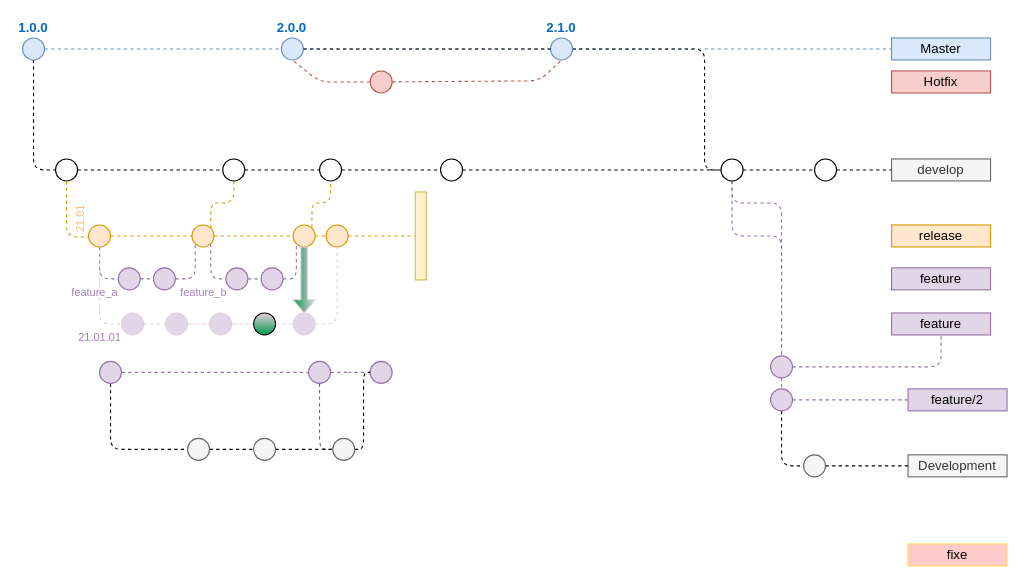
Before: page "myway-roa-gitflow" (4 of 4) of Untitled Diagram.drawio in salmen/gitflowdiagram, a draw.io diagram. Source tidied: cells renumbered, new cells numbered last; positions are measured from the earlier drawing's top-left corner, leaving out a move shared by most shapes. Both pictures are drawn from the tidied source at 110%, with x=0, y=0 at pixel (22, 37).
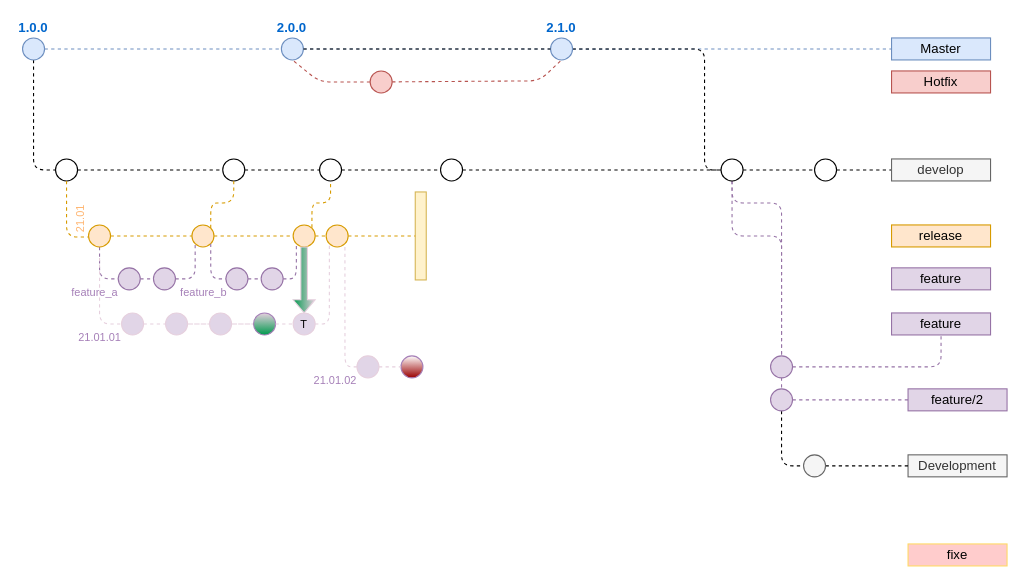
The same page after the edit.

Commit message:
ajout DC 2 aborted

Unchanged cells that the change refers to:
```xml
<mxCell id="63" value="&lt;br&gt;" style="ellipse;whiteSpace=wrap;html=1;fontSize=10;labelPosition=center;verticalLabelPosition=top;align=center;verticalAlign=bottom;fillColor=#ffe6cc;strokeColor=#d79b00;fontColor=#FFB570;" parent="1" vertex="1">
  <mxGeometry x="276" y="170" width="20" height="20" as="geometry" />
</mxCell>
```

Change to the diagram source:
```diff
@@
-    <mxCell id="28" style="edgeStyle=orthogonalEdgeStyle;rounded=1;jettySize=auto;html=1;dashed=1;endArrow=none;endFill=0;fontSize=12;fontColor=#FFB570;" parent="1" edge="1" source="29" target="38">
-      <mxGeometry relative="1" as="geometry">
-        <Array as="points">
-          <mxPoint x="80" y="374" />
-        </Array>
-      </mxGeometry>
-    </mxCell>
-    <mxCell id="29" style="ellipse;whiteSpace=wrap;html=1;fontSize=10;fillColor=#e1d5e7;strokeColor=#9673a6;" parent="1" vertex="1">
-      <mxGeometry x="70" y="294" width="20" height="20" as="geometry" />
-    </mxCell>
-    <mxCell id="30" style="edgeStyle=orthogonalEdgeStyle;rounded=1;jettySize=auto;html=1;dashed=1;endArrow=none;endFill=0;fontSize=12;fontColor=#FFB570;fillColor=#e1d5e7;strokeColor=#9673a6;" parent="1" edge="1" source="32" target="33">
-      <mxGeometry relative="1" as="geometry" />
-    </mxCell>
-    <mxCell id="31" style="edgeStyle=orthogonalEdgeStyle;rounded=1;jettySize=auto;html=1;dashed=1;endArrow=none;endFill=0;fontSize=12;fontColor=#FFB570;fillColor=#f5f5f5;strokeColor=#666666;" parent="1" edge="1" source="32" target="42">
-      <mxGeometry relative="1" as="geometry">
-        <Array as="points">
-          <mxPoint x="270" y="374" />
-        </Array>
-      </mxGeometry>
-    </mxCell>
-    <mxCell id="32" style="ellipse;whiteSpace=wrap;html=1;fontSize=10;fillColor=#e1d5e7;strokeColor=#9673a6;" parent="1" vertex="1">
-      <mxGeometry x="260" y="294" width="20" height="20" as="geometry" />
-    </mxCell>
-    <mxCell id="33" style="ellipse;whiteSpace=wrap;html=1;fontSize=10;fillColor=#e1d5e7;strokeColor=#9673a6;" parent="1" vertex="1">
-      <mxGeometry x="316" y="294" width="20" height="20" as="geometry" />
-    </mxCell>
@@
-    <mxCell id="37" style="edgeStyle=orthogonalEdgeStyle;rounded=1;jettySize=auto;html=1;dashed=1;endArrow=none;endFill=0;fontSize=12;fontColor=#FFB570;" parent="1" edge="1" source="38" target="40">
-      <mxGeometry relative="1" as="geometry" />
-    </mxCell>
-    <mxCell id="38" style="ellipse;whiteSpace=wrap;html=1;fontSize=10;fontColor=#333333;fillColor=#f5f5f5;strokeColor=#666666;" parent="1" vertex="1">
-      <mxGeometry x="150" y="364" width="20" height="20" as="geometry" />
-    </mxCell>
-    <mxCell id="39" style="edgeStyle=orthogonalEdgeStyle;rounded=1;jettySize=auto;html=1;dashed=1;endArrow=none;endFill=0;fontSize=12;fontColor=#FFB570;" parent="1" edge="1" source="40" target="42">
-      <mxGeometry relative="1" as="geometry" />
-    </mxCell>
-    <mxCell id="40" style="ellipse;whiteSpace=wrap;html=1;fontSize=10;fontColor=#333333;fillColor=#f5f5f5;strokeColor=#666666;" parent="1" vertex="1">
-      <mxGeometry x="210" y="364" width="20" height="20" as="geometry" />
-    </mxCell>
-    <mxCell id="41" style="edgeStyle=orthogonalEdgeStyle;rounded=1;jettySize=auto;html=1;dashed=1;endArrow=none;endFill=0;fontSize=12;fontColor=#FFB570;entryX=0;entryY=0.5;entryDx=0;entryDy=0;" parent="1" edge="1" source="42" target="33">
-      <mxGeometry relative="1" as="geometry">
-        <Array as="points">
-          <mxPoint x="310" y="374" />
-          <mxPoint x="310" y="304" />
-        </Array>
-      </mxGeometry>
-    </mxCell>
-    <mxCell id="42" style="ellipse;whiteSpace=wrap;html=1;fontSize=10;fontColor=#333333;fillColor=#f5f5f5;strokeColor=#666666;" parent="1" vertex="1">
-      <mxGeometry x="282" y="364" width="20" height="20" as="geometry" />
-    </mxCell>
@@
-    <mxCell id="47" style="edgeStyle=orthogonalEdgeStyle;rounded=1;jettySize=auto;html=1;dashed=1;endArrow=none;endFill=0;fontSize=12;fontColor=#FFB570;fillColor=#e1d5e7;strokeColor=#9673a6;" parent="1" edge="1" source="29" target="32">
-      <mxGeometry relative="1" as="geometry" />
-    </mxCell>
@@
-    <mxCell id="85" style="ellipse;whiteSpace=wrap;html=1;fontSize=10;direction=south;gradientColor=#00994D;gradientDirection=east;fillColor=#E6D0DE;" parent="1" vertex="1">
+    <mxCell id="85" style="ellipse;whiteSpace=wrap;html=1;fontSize=10;direction=south;gradientColor=#00994D;gradientDirection=east;fillColor=#E6D0DE;strokeColor=#A680B8;" parent="1" vertex="1">
       <mxGeometry x="210" y="250" width="20" height="20" as="geometry" />
     </mxCell>
-    <mxCell id="86" style="edgeStyle=orthogonalEdgeStyle;rounded=1;jettySize=auto;html=1;dashed=1;endArrow=none;endFill=0;fontSize=10;fontColor=#FFB570;fillColor=#e1d5e7;entryX=0.5;entryY=1;entryDx=0;entryDy=0;strokeColor=#E6D0DE;exitX=0.5;exitY=0;exitDx=0;exitDy=0;" parent="1" edge="1" source="85" target="63">
+    <mxCell id="86" style="edgeStyle=orthogonalEdgeStyle;rounded=1;jettySize=auto;html=1;dashed=1;endArrow=none;endFill=0;fontSize=10;fontColor=#FFB570;fillColor=#e1d5e7;entryX=0;entryY=1;entryDx=0;entryDy=0;strokeColor=#E6D0DE;exitX=0.5;exitY=0;exitDx=0;exitDy=0;" parent="1" edge="1" source="89" target="63">
       <mxGeometry relative="1" as="geometry">
         <Array as="points">
-          <mxPoint x="286" y="260" />
+          <mxPoint x="279" y="260" />
         </Array>
       </mxGeometry>
     </mxCell>
@@
-    <mxCell id="89" style="ellipse;whiteSpace=wrap;html=1;fontSize=10;fillColor=#e1d5e7;strokeColor=#E6D0DE;direction=south;" parent="1" vertex="1">
+    <mxCell id="89" value="T" style="ellipse;whiteSpace=wrap;html=1;fontSize=10;fillColor=#e1d5e7;strokeColor=#E6D0DE;direction=south;" parent="1" vertex="1">
       <mxGeometry x="246" y="250" width="20" height="20" as="geometry" />
     </mxCell>
@@
+    <mxCell id="91" style="ellipse;whiteSpace=wrap;html=1;fontSize=10;strokeColor=#A680B8;fillColor=#990000;gradientColor=#ffffff;gradientDirection=north;" parent="1" vertex="1">
+      <mxGeometry x="344" y="289" width="20" height="20" as="geometry" />
+    </mxCell>
+    <mxCell id="92" value="&lt;div style=&quot;text-align: justify&quot;&gt;&lt;span&gt;21.01.02&lt;/span&gt;&lt;/div&gt;" style="ellipse;whiteSpace=wrap;html=1;fontSize=10;fillColor=#e1d5e7;verticalAlign=top;labelPosition=left;verticalLabelPosition=bottom;align=right;horizontal=1;fontColor=#A680B8;spacing=0;spacingBottom=0;spacingTop=-8;strokeColor=#E6D0DE;" parent="1" vertex="1">
+      <mxGeometry x="304" y="289" width="20" height="20" as="geometry" />
+    </mxCell>
+    <mxCell id="93" style="edgeStyle=orthogonalEdgeStyle;rounded=1;jettySize=auto;html=1;dashed=1;endArrow=none;endFill=0;fontSize=10;fontColor=#FFB570;fillColor=#e1d5e7;entryX=0;entryY=0.5;entryDx=0;entryDy=0;strokeColor=#E6D0DE;exitX=1;exitY=0.5;exitDx=0;exitDy=0;" parent="1" edge="1" source="92" target="91">
+      <mxGeometry relative="1" as="geometry" />
+    </mxCell>
+    <mxCell id="94" style="edgeStyle=orthogonalEdgeStyle;rounded=0;jettySize=auto;html=1;dashed=1;endArrow=none;endFill=0;strokeColor=#E6D0DE;fontColor=#A680B8;exitX=0.5;exitY=0;exitDx=0;exitDy=0;entryX=0.5;entryY=1;entryDx=0;entryDy=0;" parent="1" edge="1" source="85" target="89">
+      <mxGeometry relative="1" as="geometry">
+        <Array as="points">
+          <mxPoint x="246" y="260" />
+          <mxPoint x="246" y="260" />
+        </Array>
+      </mxGeometry>
+    </mxCell>
+    <mxCell id="95" style="edgeStyle=orthogonalEdgeStyle;rounded=1;jettySize=auto;html=1;dashed=1;endArrow=none;endFill=0;fontSize=10;fontColor=#FFB570;fillColor=#e1d5e7;entryX=1;entryY=1;entryDx=0;entryDy=0;strokeColor=#E6D0DE;exitX=0;exitY=0.5;exitDx=0;exitDy=0;" parent="1" edge="1" source="92" target="63">
+      <mxGeometry relative="1" as="geometry">
+        <Array as="points">
+          <mxPoint x="293" y="299" />
+        </Array>
+      </mxGeometry>
+    </mxCell>
```
